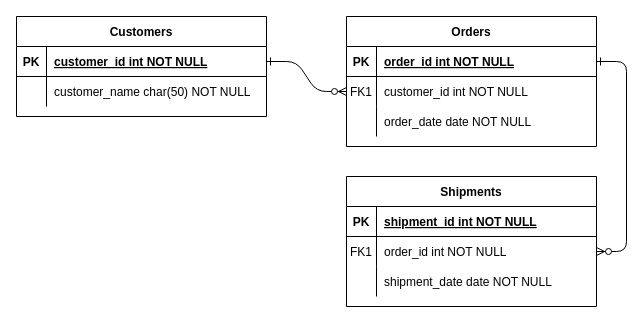
bbhchae/StudySpring keeps this draw.io diagram as study.drawio. Above is the earlier version. Source tidied: cells renumbered, new cells numbered last; positions are measured from the earlier drawing's top-left corner, leaving out a move shared by most shapes. Both pictures are drawn from the tidied source at 100%, with x=0, y=0 at pixel (16, 16).
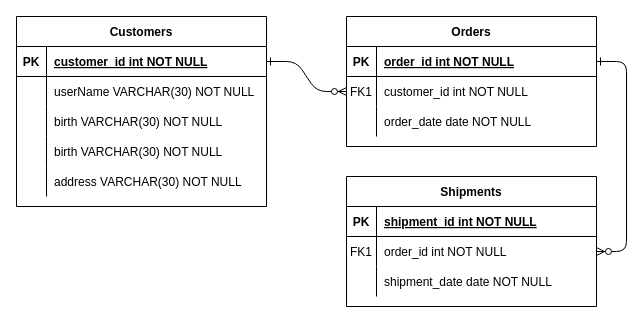
The same diagram, later.

Unchanged cells that the change refers to:
```xml
<mxCell id="28" style="shape=partialRectangle;fillColor=none;top=0;left=0;right=0;bottom=0;" parent="24" vertex="1">
  <mxGeometry y="60" width="250" height="30" as="geometry" />
</mxCell>
```

Change to the diagram source:
```diff
@@
     <mxCell id="24" value="Customers" style="shape=table;startSize=30;childLayout=tableLayout;rowLines=0;fontStyle=1;align=center;" parent="1" vertex="1">
-      <mxGeometry width="250" height="100" as="geometry" />
+      <mxGeometry width="250" height="190" as="geometry" />
     </mxCell>
@@
-    <mxCell id="30" value="customer_name char(50) NOT NULL" style="shape=partialRectangle;overflow=hidden;fillColor=none;top=0;left=0;bottom=0;right=0;align=left;spacingLeft=6;" parent="28" vertex="1">
+    <mxCell id="30" value="userName VARCHAR(30) NOT NULL" style="shape=partialRectangle;overflow=hidden;fillColor=none;top=0;left=0;bottom=0;right=0;align=left;spacingLeft=6;" parent="28" vertex="1">
       <mxGeometry x="30" width="220" height="30" as="geometry" />
     </mxCell>
+    <mxCell id="31" style="shape=partialRectangle;fillColor=none;top=0;left=0;right=0;bottom=0;" parent="24" vertex="1">
+      <mxGeometry y="90" width="250" height="30" as="geometry" />
+    </mxCell>
+    <mxCell id="32" style="shape=partialRectangle;overflow=hidden;fillColor=none;top=0;left=0;bottom=0;right=0;" parent="31" vertex="1">
+      <mxGeometry width="30" height="30" as="geometry" />
+    </mxCell>
+    <mxCell id="33" value="birth VARCHAR(30) NOT NULL" style="shape=partialRectangle;overflow=hidden;fillColor=none;top=0;left=0;bottom=0;right=0;align=left;spacingLeft=6;" parent="31" vertex="1">
+      <mxGeometry x="30" width="220" height="30" as="geometry" />
+    </mxCell>
+    <mxCell id="34" style="shape=partialRectangle;fillColor=none;top=0;left=0;right=0;bottom=0;" parent="24" vertex="1">
+      <mxGeometry y="120" width="250" height="30" as="geometry" />
+    </mxCell>
+    <mxCell id="35" style="shape=partialRectangle;overflow=hidden;fillColor=none;top=0;left=0;bottom=0;right=0;" parent="34" vertex="1">
+      <mxGeometry width="30" height="30" as="geometry" />
+    </mxCell>
+    <mxCell id="36" value="birth VARCHAR(30) NOT NULL" style="shape=partialRectangle;overflow=hidden;fillColor=none;top=0;left=0;bottom=0;right=0;align=left;spacingLeft=6;" parent="34" vertex="1">
+      <mxGeometry x="30" width="220" height="30" as="geometry" />
+    </mxCell>
+    <mxCell id="37" style="shape=partialRectangle;fillColor=none;top=0;left=0;right=0;bottom=0;" parent="24" vertex="1">
+      <mxGeometry y="150" width="250" height="30" as="geometry" />
+    </mxCell>
+    <mxCell id="38" style="shape=partialRectangle;overflow=hidden;fillColor=none;top=0;left=0;bottom=0;right=0;" parent="37" vertex="1">
+      <mxGeometry width="30" height="30" as="geometry" />
+    </mxCell>
+    <mxCell id="39" value="address VARCHAR(30) NOT NULL" style="shape=partialRectangle;overflow=hidden;fillColor=none;top=0;left=0;bottom=0;right=0;align=left;spacingLeft=6;" parent="37" vertex="1">
+      <mxGeometry x="30" width="220" height="30" as="geometry" />
+    </mxCell>
```
